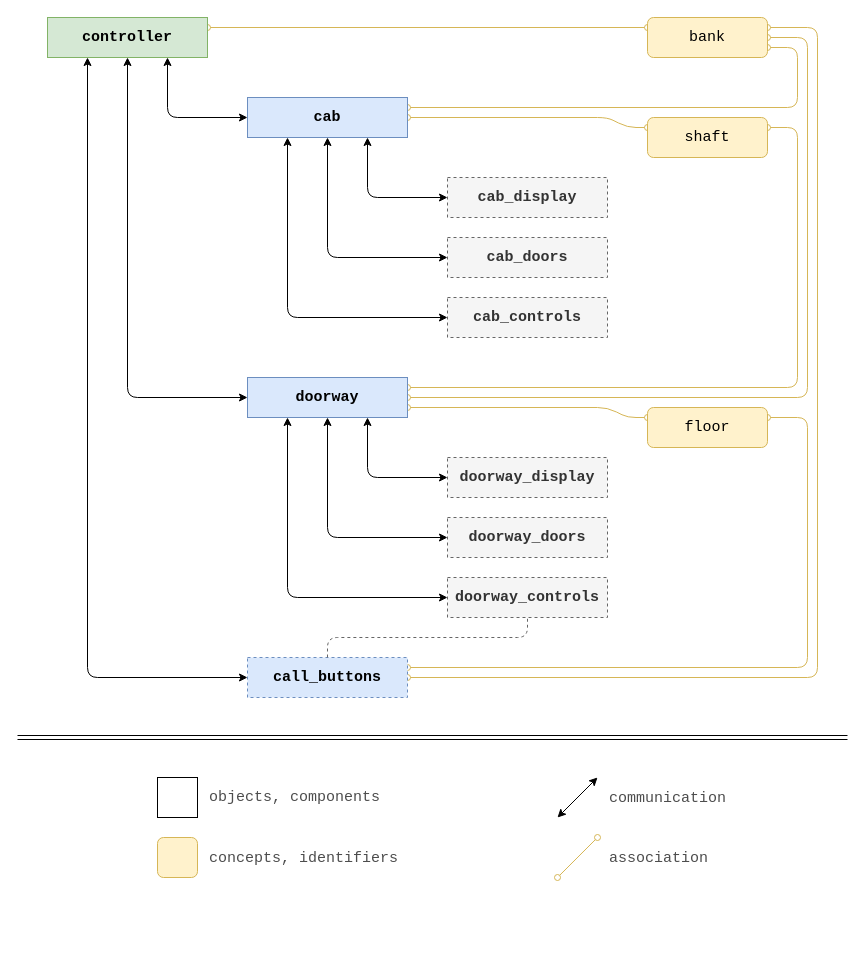
The draw.io diagram falcon-components.drawio in domsson/falcon, before the edit. Source tidied: cells renumbered, new cells numbered last; positions are measured from the earlier drawing's top-left corner, leaving out a move shared by most shapes. Both pictures are drawn from the tidied source at 100%, with x=0, y=0 at pixel (17, 17).
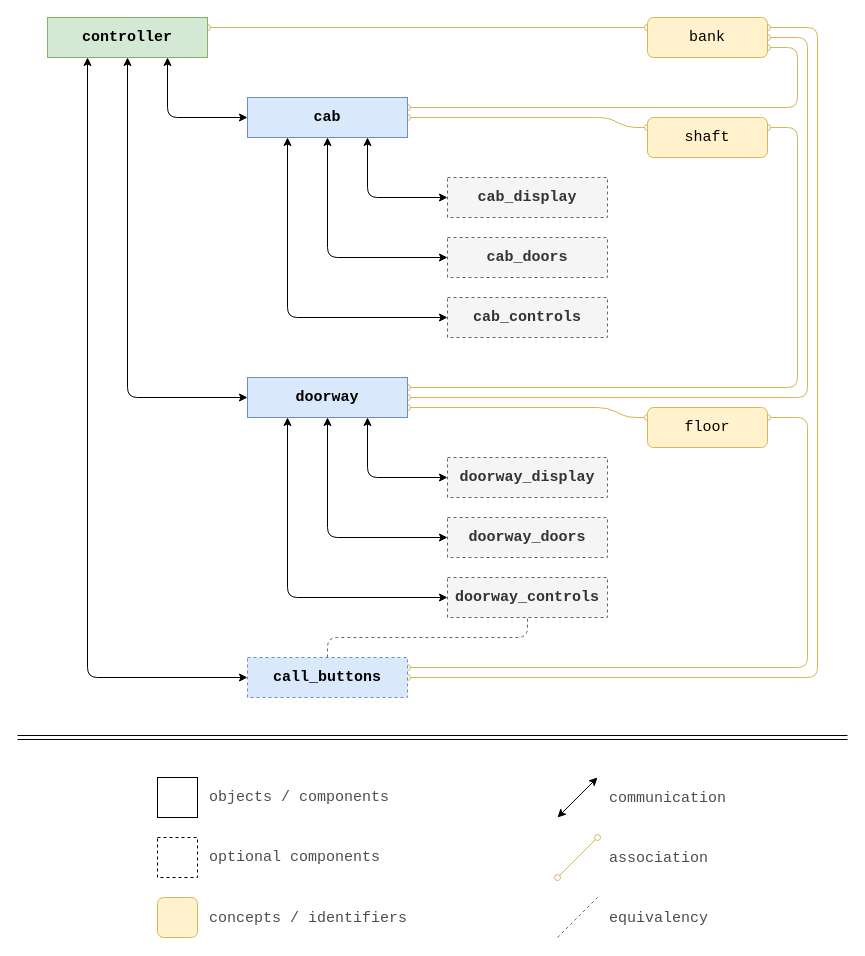
The same page after the edit.

Commit message (it also covers changes not shown here):
Prettified the diagrams a little more even

The edit, as a diff of the source:
```diff
@@
-    <mxCell id="19" value="objects, components" style="text;html=1;align=left;verticalAlign=top;spacingTop=-4;fontSize=15;fontFamily=Courier New;fontColor=#4D4D4D;" parent="1" vertex="1">
-      <mxGeometry x="190" y="769" width="190" height="20" as="geometry" />
+    <mxCell id="19" value="objects / components" style="text;html=1;align=left;verticalAlign=top;spacingTop=-4;fontSize=15;fontFamily=Courier New;fontColor=#4D4D4D;" parent="1" vertex="1">
+      <mxGeometry x="190" y="769" width="200" height="20" as="geometry" />
     </mxCell>
     <mxCell id="20" style="rounded=1;whiteSpace=wrap;html=1;fontFamily=Courier New;fontSize=15;fillColor=#fff2cc;strokeColor=#d6b656;" parent="1" vertex="1">
-      <mxGeometry x="140" y="820" width="40" height="40" as="geometry" />
+      <mxGeometry x="140" y="880" width="40" height="40" as="geometry" />
     </mxCell>
-    <mxCell id="21" value="concepts, identifiers" style="text;html=1;align=left;verticalAlign=top;spacingTop=-4;fontSize=15;fontFamily=Courier New;fontColor=#4D4D4D;" parent="1" vertex="1">
-      <mxGeometry x="190" y="830" width="200" height="20" as="geometry" />
+    <mxCell id="21" value="concepts / identifiers" style="text;html=1;align=left;verticalAlign=top;spacingTop=-4;fontSize=15;fontFamily=Courier New;fontColor=#4D4D4D;" parent="1" vertex="1">
+      <mxGeometry x="190" y="890" width="210" height="20" as="geometry" />
     </mxCell>
@@
+    <mxCell id="42" style="rounded=0;whiteSpace=wrap;html=1;fontFamily=Courier New;fontSize=15;fontColor=#4D4D4D;dashed=1;" parent="1" vertex="1">
+      <mxGeometry x="140" y="820" width="40" height="40" as="geometry" />
+    </mxCell>
+    <mxCell id="43" value="optional components" style="text;html=1;align=left;verticalAlign=top;spacingTop=-4;fontSize=15;fontFamily=Courier New;fontColor=#4D4D4D;" parent="1" vertex="1">
+      <mxGeometry x="190" y="829" width="190" height="20" as="geometry" />
+    </mxCell>
+    <mxCell id="44" style="endArrow=none;html=1;strokeColor=#666666;fontFamily=Courier New;fontSize=15;fontColor=#4D4D4D;startArrow=none;startFill=0;endFill=0;dashed=1;" parent="1" edge="1">
+      <mxGeometry relative="1" as="geometry">
+        <mxPoint x="540" y="920" as="sourcePoint" />
+        <mxPoint x="580" y="880" as="targetPoint" />
+      </mxGeometry>
+    </mxCell>
+    <mxCell id="45" value="&lt;div&gt;equivalency&lt;/div&gt;" style="text;html=1;align=left;verticalAlign=top;spacingTop=-4;fontSize=15;fontFamily=Courier New;fontColor=#4D4D4D;" parent="1" vertex="1">
+      <mxGeometry x="590" y="890" width="110" height="20" as="geometry" />
+    </mxCell>
```
